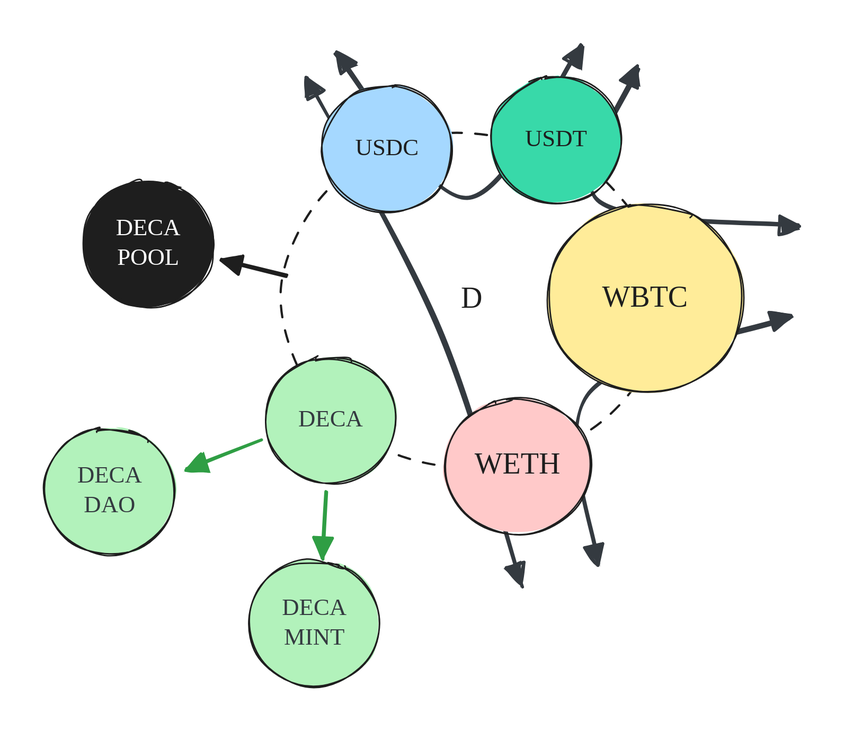
decaswap-labs/docs keeps this Excalidraw diagram as .gitbook/assets/file.excalidraw (5).svg. Above is the earlier version. Source tidied: one line per element, renumbered; positions are measured from the earlier drawing's top-left corner, leaving out a move shared by most shapes. The source it was exported from:
```json
{"id": 0, "type": "arrow", "strokeColor": "#343a40", "angle": 1.32, "backgroundColor": "#a5d8ff", "fillStyle": "solid", "strokeWidth": 2, "roughness": 1, "startArrowhead": "triangle", "endArrowhead": "triangle", "round": true, "x": 433, "y": 203, "width": 368, "height": 57, "points": [[0, 0], [-180, 12], [-368, 57]]}
{"id": 1, "type": "arrow", "strokeColor": "#343a40", "angle": 4.89, "backgroundColor": "#a5d8ff", "fillStyle": "solid", "strokeWidth": 2, "roughness": 1, "startArrowhead": "triangle", "endArrowhead": "triangle", "round": true, "x": 295, "y": 0, "width": 116, "height": 162, "points": [[0, 0], [-81, 105], [34, 162]]}
{"id": 2, "type": "arrow", "strokeColor": "#343a40", "angle": 5.41, "backgroundColor": "#a5d8ff", "fillStyle": "solid", "strokeWidth": 2, "roughness": 1, "startArrowhead": "triangle", "endArrowhead": "triangle", "round": true, "x": 474, "y": 60, "width": 86, "height": 151, "points": [[0, 0], [-86, 36], [-13, 151]]}
{"id": 3, "type": "arrow", "strokeColor": "#343a40", "backgroundColor": "#a5d8ff", "fillStyle": "solid", "strokeWidth": 2, "roughness": 1, "startArrowhead": "triangle", "endArrowhead": "triangle", "round": true, "x": 503, "y": 222, "width": 137, "height": 167, "points": [[0, 0], [-137, 51], [-130, 167]]}
{"id": 4, "type": "ellipse", "strokeColor": "#1e1e1e", "strokeWidth": 1, "strokeStyle": "dashed", "roughness": 1, "round": true, "x": 160, "y": 98, "width": 256, "height": 225}
{"id": 5, "type": "text", "text": "D", "strokeColor": "#1e1e1e", "strokeWidth": 1, "strokeStyle": "dashed", "roughness": 0, "fontSize": 20, "fontFamily": 5, "textAlign": "center", "verticalAlign": "middle", "inside": 4, "x": 281, "y": 198, "width": 14, "height": 25}
{"id": 6, "type": "ellipse", "strokeColor": "#1e1e1e", "backgroundColor": "#ffec99", "fillStyle": "solid", "strokeWidth": 1, "roughness": 1, "round": true, "x": 339, "y": 146, "width": 132, "height": 127}
{"id": 7, "type": "text", "text": "WBTC", "strokeColor": "#1e1e1e", "backgroundColor": "#ffec99", "fillStyle": "solid", "strokeWidth": 1, "roughness": 0, "fontSize": 20, "fontFamily": 5, "textAlign": "center", "verticalAlign": "middle", "inside": 6, "x": 376, "y": 197, "width": 58, "height": 25}
{"id": 8, "type": "ellipse", "strokeColor": "#1e1e1e", "backgroundColor": "#ffc9c9", "fillStyle": "solid", "strokeWidth": 1, "roughness": 1, "round": true, "x": 270, "y": 277, "width": 98, "height": 91}
{"id": 9, "type": "text", "text": "WETH", "strokeColor": "#1e1e1e", "backgroundColor": "#ffec99", "fillStyle": "solid", "strokeWidth": 1, "roughness": 0, "fontSize": 20, "fontFamily": 5, "textAlign": "center", "verticalAlign": "middle", "inside": 8, "x": 290, "y": 310, "width": 58, "height": 25}
{"id": 10, "type": "ellipse", "strokeColor": "#1e1e1e", "backgroundColor": "#38d9a9", "fillStyle": "solid", "strokeWidth": 1, "roughness": 1, "round": true, "x": 301, "y": 60, "width": 88, "height": 85}
{"id": 11, "type": "text", "text": "USDT", "strokeColor": "#1e1e1e", "backgroundColor": "#b2f2bb", "fillStyle": "solid", "strokeWidth": 1, "roughness": 0, "fontSize": 16, "fontFamily": 5, "textAlign": "center", "verticalAlign": "middle", "inside": 10, "x": 324, "y": 93, "width": 42, "height": 20}
{"id": 12, "type": "ellipse", "strokeColor": "#1e1e1e", "backgroundColor": "#a5d8ff", "fillStyle": "solid", "strokeWidth": 1, "roughness": 1, "round": true, "x": 187, "y": 66, "width": 88, "height": 85}
{"id": 13, "type": "text", "text": "USDC", "strokeColor": "#1e1e1e", "backgroundColor": "#b2f2bb", "fillStyle": "solid", "strokeWidth": 1, "roughness": 0, "fontSize": 16, "fontFamily": 5, "textAlign": "center", "verticalAlign": "middle", "inside": 12, "x": 210, "y": 99, "width": 43, "height": 20}
{"id": 14, "type": "ellipse", "strokeColor": "#1e1e1e", "backgroundColor": "#1e1e1e", "fillStyle": "solid", "strokeWidth": 1, "roughness": 1, "round": true, "x": 26, "y": 130, "width": 88, "height": 85}
{"id": 15, "type": "text", "text": "DECA\nPOOL", "strokeColor": "#ffffff", "backgroundColor": "#b2f2bb", "fillStyle": "solid", "strokeWidth": 1, "roughness": 0, "fontSize": 16, "fontFamily": 5, "textAlign": "center", "verticalAlign": "middle", "inside": 14, "x": 48, "y": 153, "width": 44, "height": 40}
{"id": 16, "type": "ellipse", "strokeColor": "#1e1e1e", "backgroundColor": "#b2f2bb", "fillStyle": "solid", "strokeWidth": 1, "roughness": 1, "round": true, "x": 149, "y": 249, "width": 88, "height": 85}
{"id": 17, "type": "text", "text": "DECA", "strokeColor": "#343a40", "backgroundColor": "#b2f2bb", "fillStyle": "solid", "strokeWidth": 1, "roughness": 0, "fontSize": 16, "fontFamily": 5, "textAlign": "center", "verticalAlign": "middle", "inside": 16, "x": 171, "y": 282, "width": 44, "height": 20}
{"id": 18, "type": "ellipse", "strokeColor": "#1e1e1e", "backgroundColor": "#b2f2bb", "fillStyle": "solid", "strokeWidth": 1, "roughness": 1, "round": true, "x": 0, "y": 297, "width": 88, "height": 85}
{"id": 19, "type": "text", "text": "DECA\nDAO", "strokeColor": "#343a40", "backgroundColor": "#b2f2bb", "fillStyle": "solid", "strokeWidth": 1, "roughness": 0, "fontSize": 16, "fontFamily": 5, "textAlign": "center", "verticalAlign": "middle", "inside": 18, "x": 22, "y": 320, "width": 44, "height": 40}
{"id": 20, "type": "ellipse", "strokeColor": "#1e1e1e", "backgroundColor": "#b2f2bb", "fillStyle": "solid", "strokeWidth": 1, "roughness": 1, "round": true, "x": 138, "y": 386, "width": 88, "height": 85}
{"id": 21, "type": "text", "text": "DECA\nMINT", "strokeColor": "#343a40", "backgroundColor": "#b2f2bb", "fillStyle": "solid", "strokeWidth": 1, "roughness": 0, "fontSize": 16, "fontFamily": 5, "textAlign": "center", "verticalAlign": "middle", "inside": 20, "x": 160, "y": 409, "width": 44, "height": 40}
{"id": 22, "type": "arrow", "strokeColor": "#2f9e44", "backgroundColor": "#a5d8ff", "fillStyle": "solid", "strokeWidth": 2, "roughness": 1, "endArrowhead": "triangle", "round": true, "from": 16, "to": 20, "x": 190, "y": 340, "width": 2, "height": 45, "points": [[0, 0], [-2, 45]]}
{"id": 23, "type": "arrow", "strokeColor": "#2f9e44", "backgroundColor": "#a5d8ff", "fillStyle": "solid", "strokeWidth": 2, "roughness": 1, "endArrowhead": "triangle", "round": true, "from": 16, "to": 18, "x": 145, "y": 305, "width": 50, "height": 20, "points": [[0, 0], [-50, 20]]}
{"id": 24, "type": "arrow", "strokeColor": "#1e1e1e", "backgroundColor": "#a5d8ff", "fillStyle": "solid", "strokeWidth": 2, "roughness": 1, "endArrowhead": "triangle", "round": true, "to": 14, "x": 163, "y": 194, "width": 44, "height": 11, "points": [[0, 0], [-44, -11]]}
```
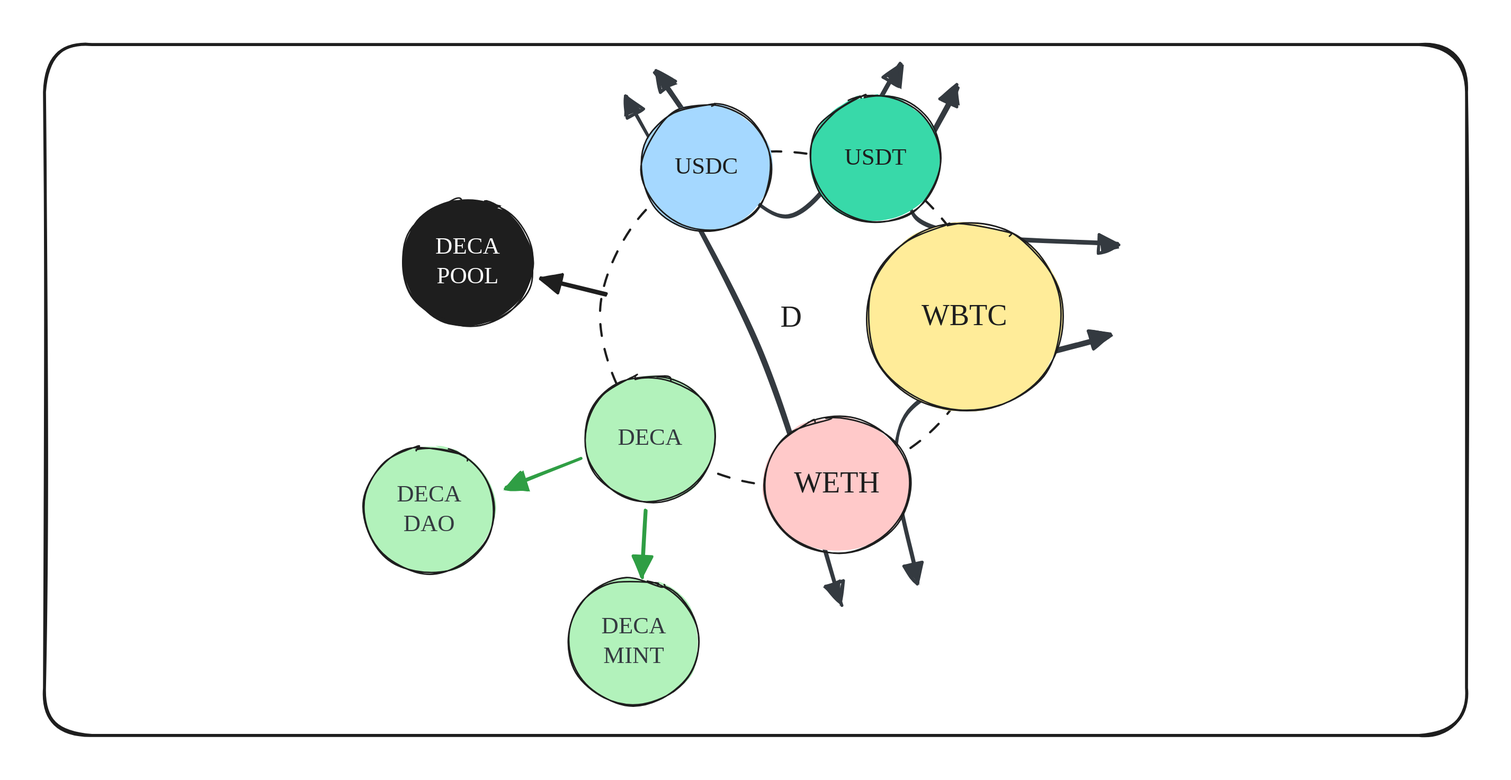
After the commit.

What changed in the source:
```diff
@@ -1,3 +1,4 @@
+{"id": 25, "type": "rectangle", "strokeColor": "#1e1e1e", "strokeWidth": 2, "roughness": 1, "round": true, "x": -215, "y": 26, "width": 959, "height": 466}
 {"id": 0, "type": "arrow", "strokeColor": "#343a40", "angle": 1.32, "backgroundColor": "#a5d8ff", "fillStyle": "solid", "strokeWidth": 2, "roughness": 1, "startArrowhead": "triangle", "endArrowhead": "triangle", "round": true, "x": 433, "y": 203, "width": 368, "height": 57, "points": [[0, 0], [-180, 12], [-368, 57]]}
 {"id": 1, "type": "arrow", "strokeColor": "#343a40", "angle": 4.89, "backgroundColor": "#a5d8ff", "fillStyle": "solid", "strokeWidth": 2, "roughness": 1, "startArrowhead": "triangle", "endArrowhead": "triangle", "round": true, "x": 295, "y": 0, "width": 116, "height": 162, "points": [[0, 0], [-81, 105], [34, 162]]}
 {"id": 2, "type": "arrow", "strokeColor": "#343a40", "angle": 5.41, "backgroundColor": "#a5d8ff", "fillStyle": "solid", "strokeWidth": 2, "roughness": 1, "startArrowhead": "triangle", "endArrowhead": "triangle", "round": true, "x": 474, "y": 60, "width": 86, "height": 151, "points": [[0, 0], [-86, 36], [-13, 151]]}
```
